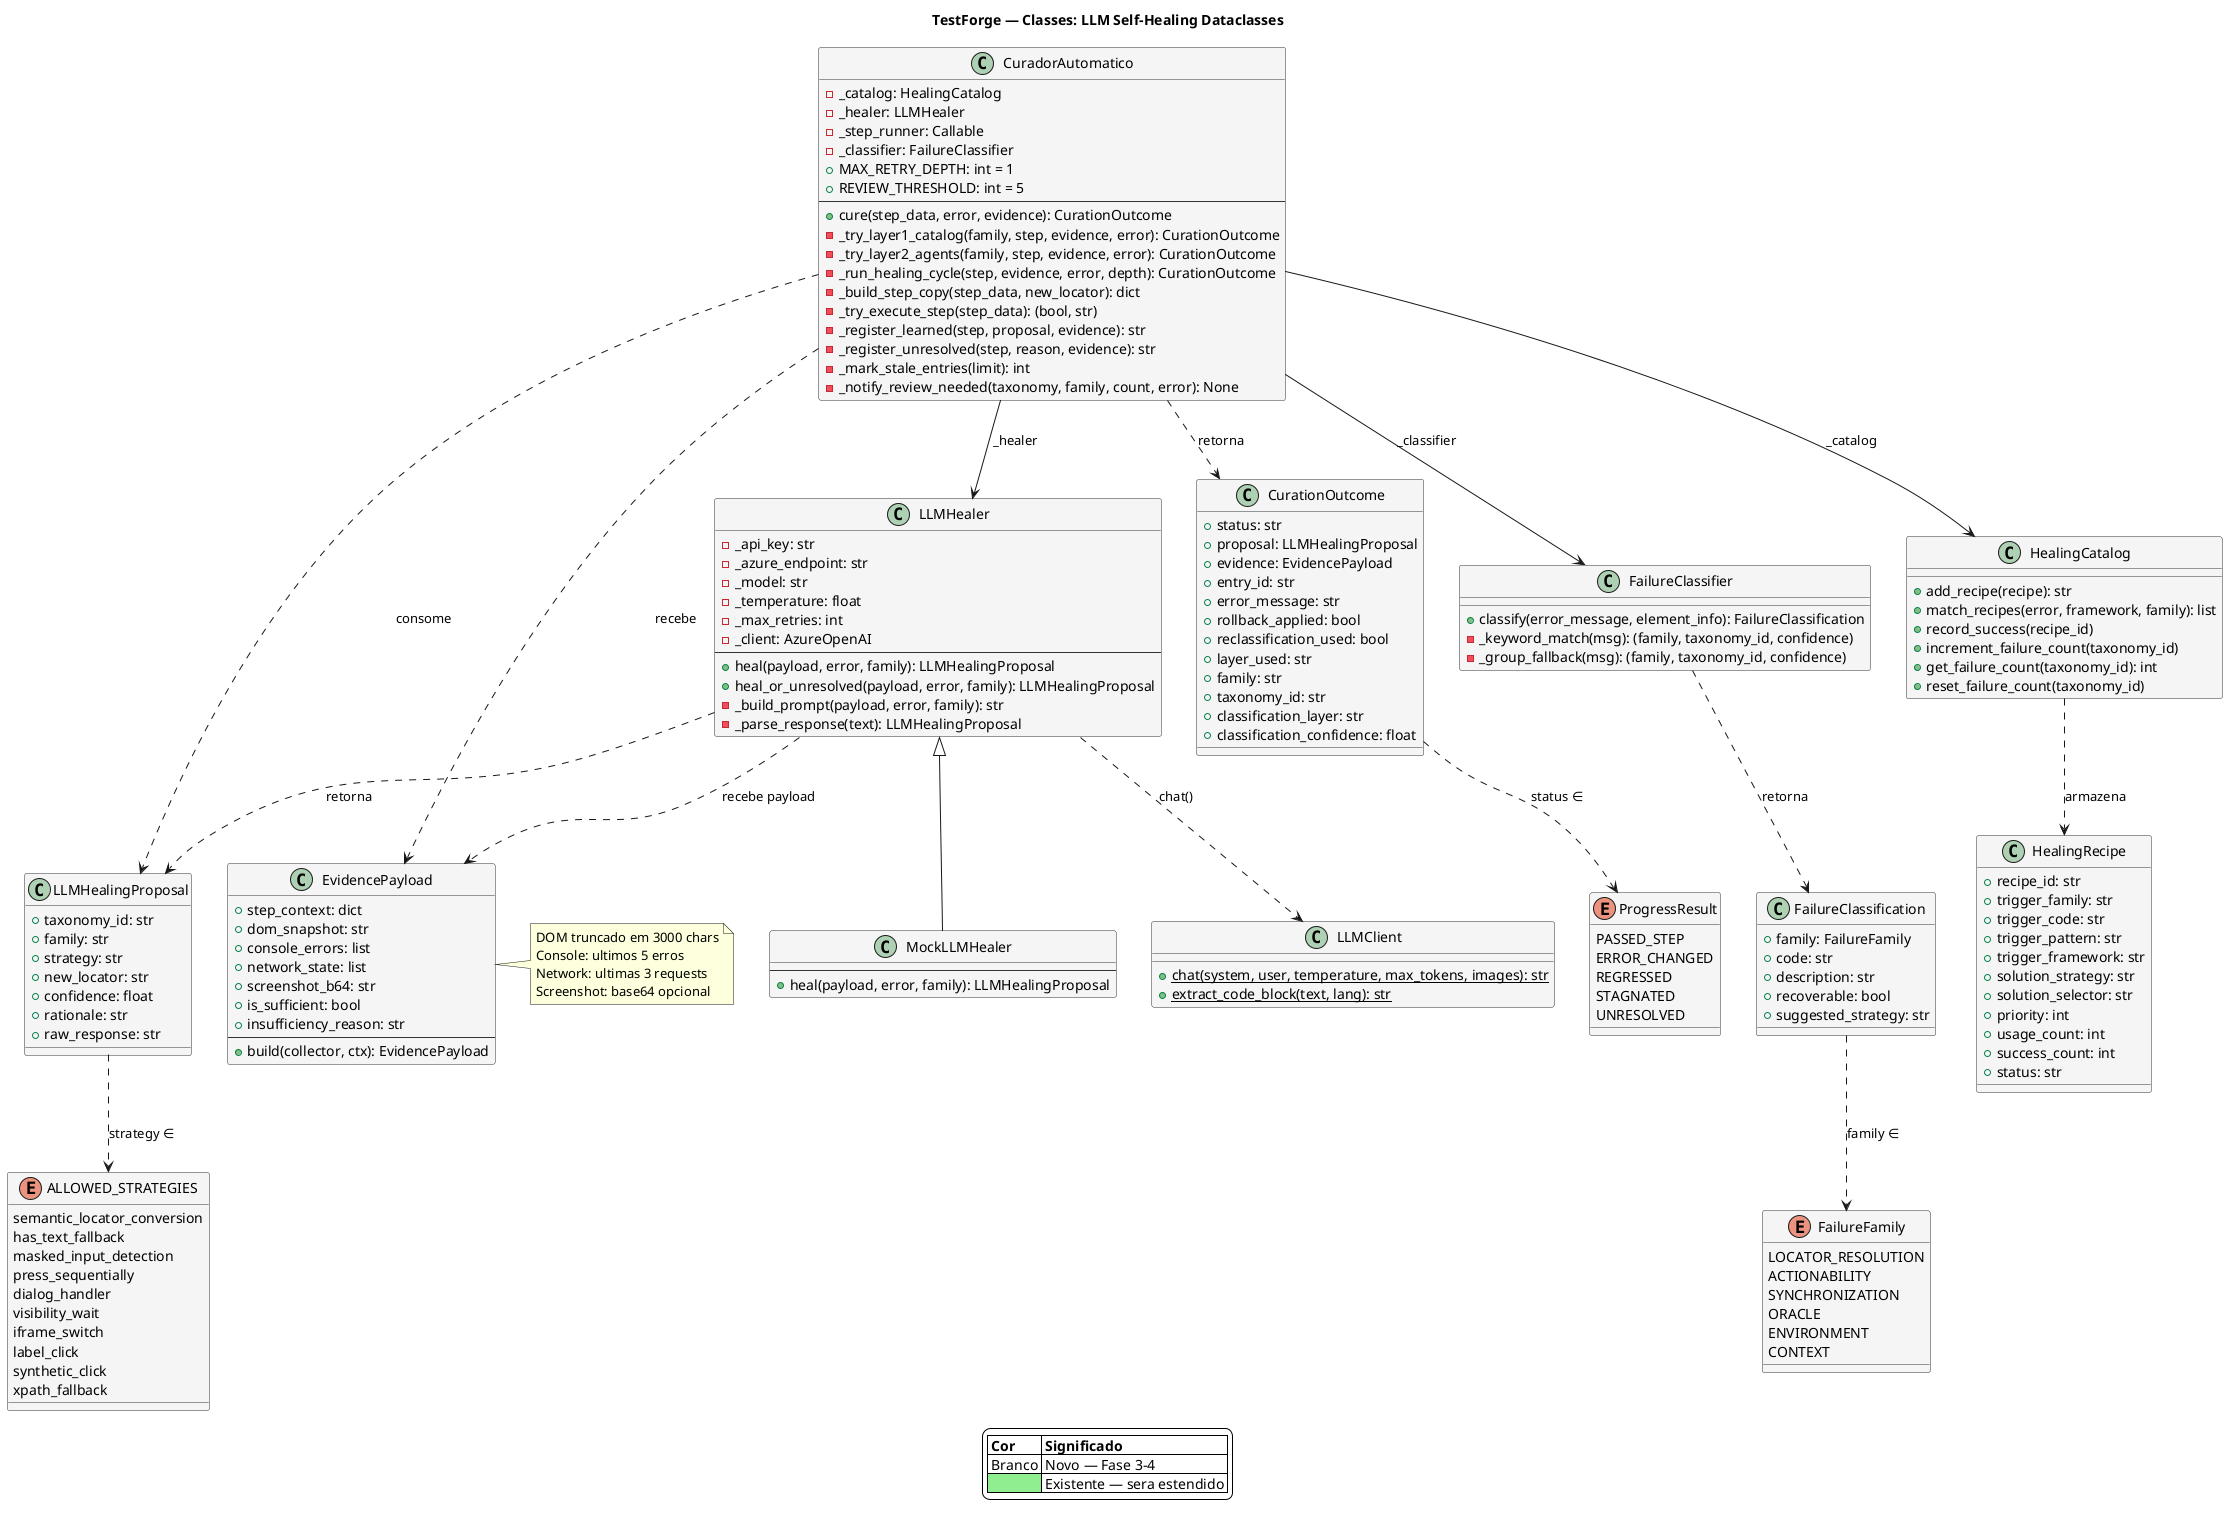
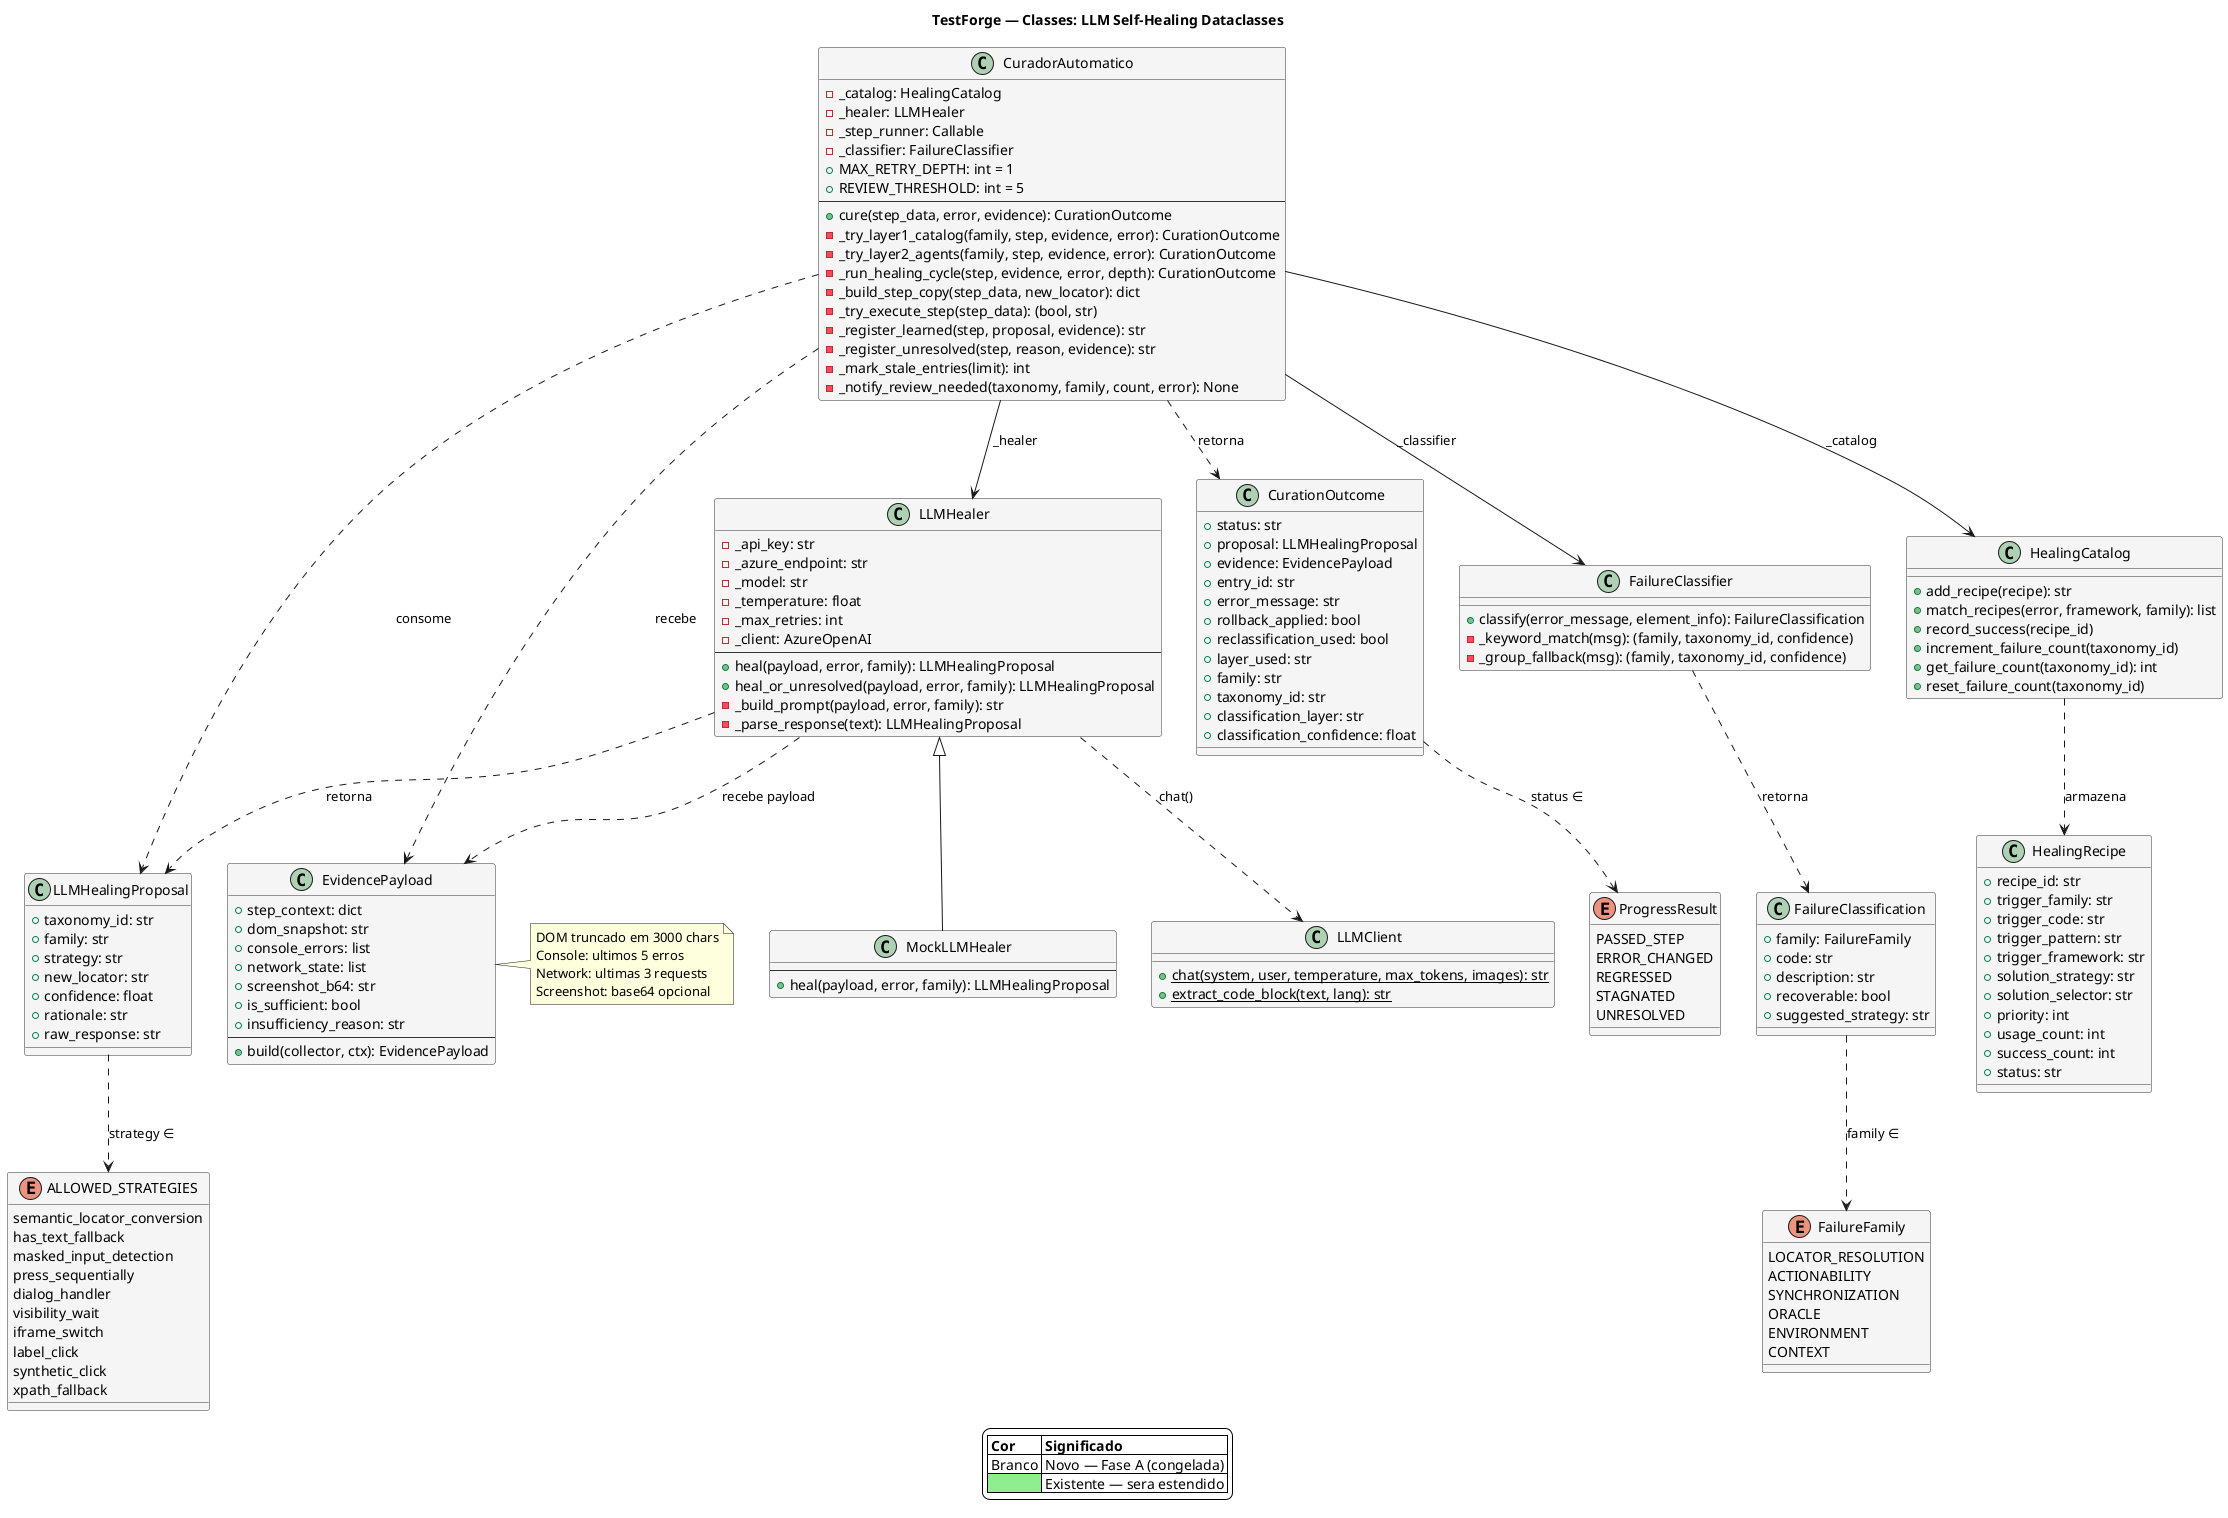
@startuml
title TestForge — Classes: LLM Self-Healing Dataclasses

skinparam backgroundColor #FFFFFF
skinparam classBackgroundColor #F5F5F5
skinparam classBorderColor #333333

' === L3 Core Dataclasses ===

class LLMHealingProposal {
  + taxonomy_id: str
  + family: str
  + strategy: str
  + new_locator: str
  + confidence: float
  + rationale: str
  + raw_response: str
}

enum ALLOWED_STRATEGIES {
  semantic_locator_conversion
  has_text_fallback
  masked_input_detection
  press_sequentially
  dialog_handler
  visibility_wait
  iframe_switch
  label_click
  synthetic_click
  xpath_fallback
}

LLMHealingProposal ..> ALLOWED_STRATEGIES : "strategy ∈"

class EvidencePayload {
  + step_context: dict
  + dom_snapshot: str
  + console_errors: list
  + network_state: list
  + screenshot_b64: str
  + is_sufficient: bool
  + insufficiency_reason: str
  --
  + build(collector, ctx): EvidencePayload
}

note right of EvidencePayload
  DOM truncado em 3000 chars
  Console: ultimos 5 erros
  Network: ultimas 3 requests
  Screenshot: base64 opcional
end note

' === Curador ===

class CuradorAutomatico {
  - _catalog: HealingCatalog
  - _healer: LLMHealer
  - _step_runner: Callable
  - _classifier: FailureClassifier
  + MAX_RETRY_DEPTH: int = 1
  + REVIEW_THRESHOLD: int = 5
  --
  + cure(step_data, error, evidence): CurationOutcome
  - _try_layer1_catalog(family, step, evidence, error): CurationOutcome
  - _try_layer2_agents(family, step, evidence, error): CurationOutcome
  - _run_healing_cycle(step, evidence, error, depth): CurationOutcome
  - _build_step_copy(step_data, new_locator): dict
  - _try_execute_step(step_data): (bool, str)
  - _register_learned(step, proposal, evidence): str
  - _register_unresolved(step, reason, evidence): str
  - _mark_stale_entries(limit): int
  - _notify_review_needed(taxonomy, family, count, error): None
}

class CurationOutcome {
  + status: str
  + proposal: LLMHealingProposal
  + evidence: EvidencePayload
  + entry_id: str
  + error_message: str
  + rollback_applied: bool
  + reclassification_used: bool
  + layer_used: str
  + family: str
  + taxonomy_id: str
  + classification_layer: str
  + classification_confidence: float
}

enum ProgressResult {
  PASSED_STEP
  ERROR_CHANGED
  REGRESSED
  STAGNATED
  UNRESOLVED
}

CurationOutcome ..> ProgressResult : "status ∈"
CuradorAutomatico ..> CurationOutcome : "retorna"
CuradorAutomatico ..> LLMHealingProposal : "consome"
CuradorAutomatico ..> EvidencePayload : "recebe"

' === LLM Healer ===

class LLMHealer {
  - _api_key: str
  - _azure_endpoint: str
  - _model: str
  - _temperature: float
  - _max_retries: int
  - _client: AzureOpenAI
  --
  + heal(payload, error, family): LLMHealingProposal
  + heal_or_unresolved(payload, error, family): LLMHealingProposal
  - _build_prompt(payload, error, family): str
  - _parse_response(text): LLMHealingProposal
}

class MockLLMHealer {
  --
  + heal(payload, error, family): LLMHealingProposal
}

LLMHealer <|-- MockLLMHealer
LLMHealer ..> EvidencePayload : "recebe payload"
LLMHealer ..> LLMHealingProposal : "retorna"
CuradorAutomatico --> LLMHealer : "_healer"

' === Taxonomy ===

class FailureClassifier {
  + classify(error_message, element_info): FailureClassification
  - _keyword_match(msg): (family, taxonomy_id, confidence)
  - _group_fallback(msg): (family, taxonomy_id, confidence)
}

class FailureClassification {
  + family: FailureFamily
  + code: str
  + description: str
  + recoverable: bool
  + suggested_strategy: str
}

enum FailureFamily {
  LOCATOR_RESOLUTION
  ACTIONABILITY
  SYNCHRONIZATION
  ORACLE
  ENVIRONMENT
  CONTEXT
}

FailureClassifier ..> FailureClassification : "retorna"
FailureClassification ..> FailureFamily : "family ∈"
CuradorAutomatico --> FailureClassifier : "_classifier"

' === Catalog ===

class HealingCatalog {
  + add_recipe(recipe): str
  + match_recipes(error, framework, family): list
  + record_success(recipe_id)
  + increment_failure_count(taxonomy_id)
  + get_failure_count(taxonomy_id): int
  + reset_failure_count(taxonomy_id)
}

class HealingRecipe {
  + recipe_id: str
  + trigger_family: str
  + trigger_code: str
  + trigger_pattern: str
  + trigger_framework: str
  + solution_strategy: str
  + solution_selector: str
  + priority: int
  + usage_count: int
  + success_count: int
  + status: str
}

HealingCatalog ..> HealingRecipe : "armazena"
CuradorAutomatico --> HealingCatalog : "_catalog"

' === LLM Client ===

class LLMClient {
  + {static} chat(system, user, temperature, max_tokens, images): str
  + {static} extract_code_block(text, lang): str
}

LLMHealer ..> LLMClient : "chat()"

' === Legend ===

legend bottom
  |= Cor |= Significado |
-   | Branco | Novo — Fase 3-4 |
+   | Branco | Novo — Fase A (congelada) |
  | <#LightGreen> | Existente — sera estendido |
endlegend

@enduml
